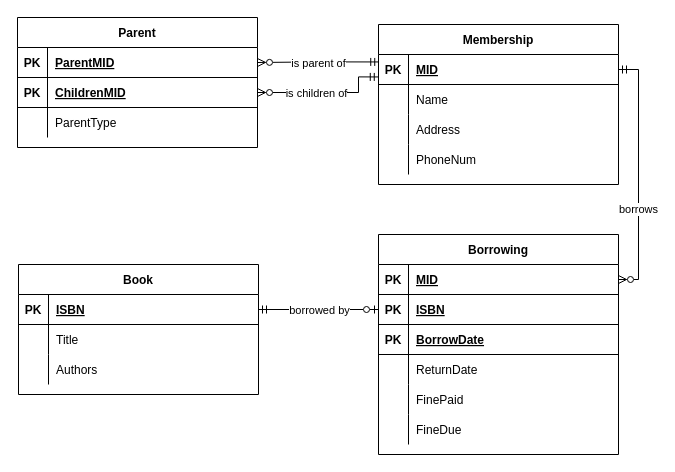
Above: library.drawio in melvinchia3636/erd (draw.io), before the change. Source tidied: cells renumbered, new cells numbered last; positions are measured from the earlier drawing's top-left corner, leaving out a move shared by most shapes. Both pictures are drawn from the tidied source at 100%, with x=0, y=0 at pixel (17, 17).
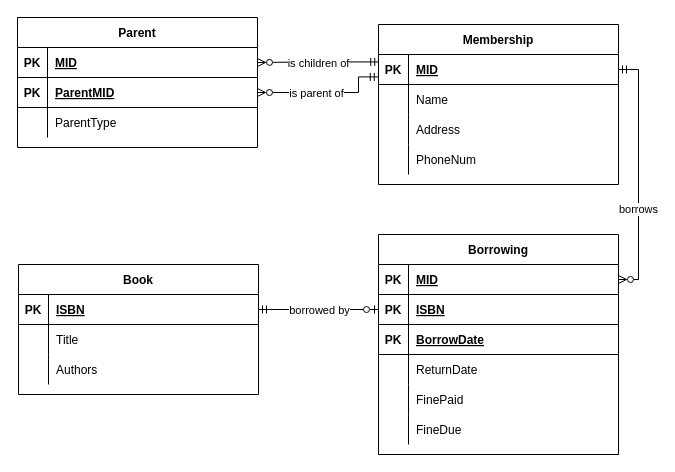
The same page after the edit.

The change refers to these unchanged cells:
```xml
<mxCell id="16" style="shape=partialRectangle;fillColor=none;points=[[0,0.5],[1,0.5]];portConstraint=eastwest;top=0;left=0;right=0;bottom=1;" parent="15" vertex="1">
  <mxGeometry y="30" width="240" height="30" as="geometry" />
</mxCell>
<mxCell id="19" style="shape=partialRectangle;fillColor=none;points=[[0,0.5],[1,0.5]];portConstraint=eastwest;top=0;left=0;right=0;bottom=1;" parent="15" vertex="1">
  <mxGeometry y="60" width="240" height="30" as="geometry" />
</mxCell>
<mxCell id="54" style="edgeStyle=orthogonalEdgeStyle;rounded=0;jettySize=auto;html=1;entryX=1;entryY=0.5;entryDx=0;entryDy=0;endArrow=ERzeroToMany;startFill=0;startArrow=ERmandOne;endFill=0;exitX=0.001;exitY=0.248;exitDx=0;exitDy=0;exitPerimeter=0;" parent="1" edge="1" source="3" target="16">
  <mxGeometry relative="1" as="geometry" />
</mxCell>
<mxCell id="56" style="edgeStyle=orthogonalEdgeStyle;rounded=0;jettySize=auto;html=1;entryX=-0.001;entryY=0.748;entryDx=0;entryDy=0;endArrow=ERmandOne;endFill=0;startArrow=ERzeroToMany;startFill=0;entryPerimeter=0;exitX=1;exitY=0.5;exitDx=0;exitDy=0;" parent="1" edge="1" source="19" target="3">
  <mxGeometry relative="1" as="geometry">
    <Array as="points">
      <mxPoint x="341" y="75" />
      <mxPoint x="341" y="59" />
    </Array>
  </mxGeometry>
</mxCell>
```

Change to the diagram source:
```diff
@@
-    <mxCell id="18" value="ParentMID" style="shape=partialRectangle;overflow=hidden;fillColor=none;top=0;left=0;bottom=0;right=0;align=left;spacingLeft=6;fontStyle=5;" parent="16" vertex="1">
+    <mxCell id="18" value="MID" style="shape=partialRectangle;overflow=hidden;fillColor=none;top=0;left=0;bottom=0;right=0;align=left;spacingLeft=6;fontStyle=5;" parent="16" vertex="1">
       <mxGeometry x="30" width="210" height="30" as="geometry" />
     </mxCell>
@@
-    <mxCell id="21" value="ChildrenMID" style="shape=partialRectangle;overflow=hidden;fillColor=none;top=0;left=0;bottom=0;right=0;align=left;spacingLeft=6;fontStyle=5;" parent="19" vertex="1">
+    <mxCell id="21" value="ParentMID" style="shape=partialRectangle;overflow=hidden;fillColor=none;top=0;left=0;bottom=0;right=0;align=left;spacingLeft=6;fontStyle=5;" parent="19" vertex="1">
       <mxGeometry x="30" width="210" height="30" as="geometry" />
     </mxCell>
@@
-    <mxCell id="55" value="is parent of" style="edgeLabel;html=1;align=center;verticalAlign=middle;" parent="54" vertex="1">
+    <mxCell id="55" value="is children of" style="edgeLabel;html=1;align=center;verticalAlign=middle;" parent="54" vertex="1">
       <mxGeometry relative="1" as="geometry" />
     </mxCell>
@@
-    <mxCell id="57" value="is children of" style="edgeLabel;html=1;align=center;verticalAlign=middle;" parent="56" vertex="1">
+    <mxCell id="57" value="is parent of" style="edgeLabel;html=1;align=center;verticalAlign=middle;" parent="56" vertex="1">
       <mxGeometry x="-0.15" relative="1" as="geometry" />
     </mxCell>
```
